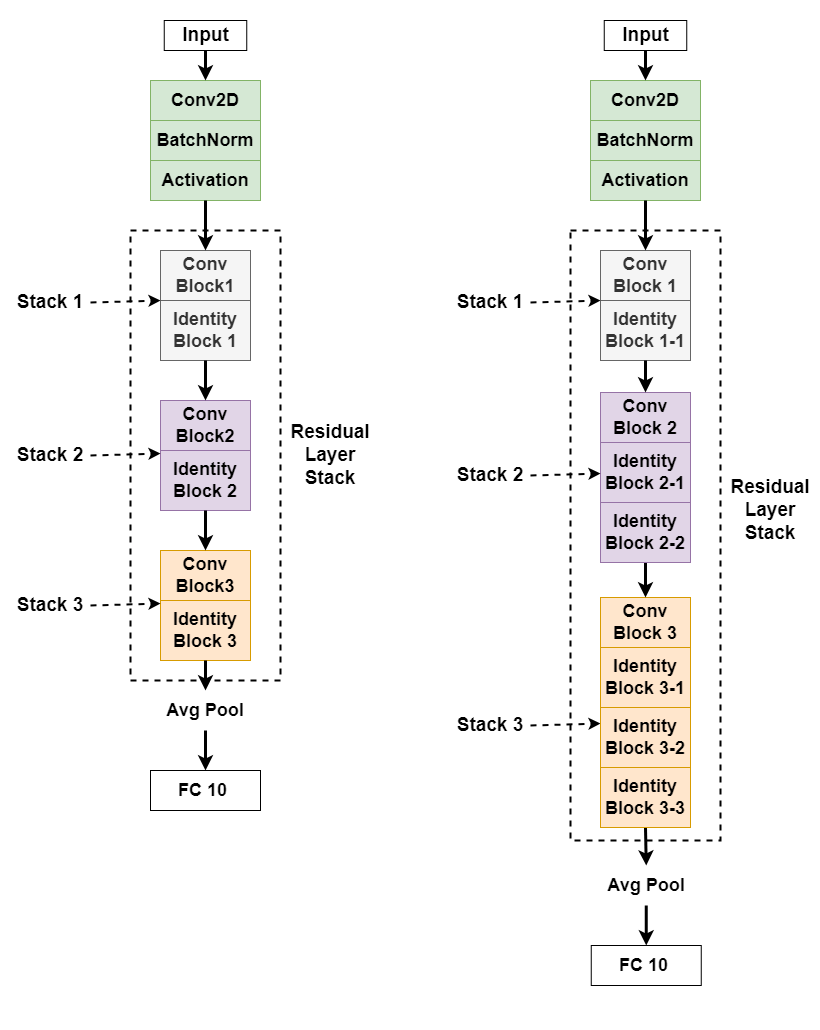
Before: residual_stack_types.png, a diagram exported from draw.io (raddyp/CascadingResnetExample). Source tidied: cells renumbered, new cells last; positions are measured from the earlier drawing's top-left corner, leaving out a move shared by most shapes. Source of this version:
```xml
<mxGraphModel>
  <root>
    <mxCell id="0" />
    <mxCell id="1" parent="0" />
    <mxCell id="2" style="rounded=0;whiteSpace=wrap;html=1;strokeColor=none;" parent="1" vertex="1">
      <mxGeometry width="820" height="1030" as="geometry" />
    </mxCell>
    <mxCell id="3" style="rounded=0;whiteSpace=wrap;html=1;fillColor=none;dashed=1;strokeWidth=2;" parent="1" vertex="1">
      <mxGeometry x="130" y="230" width="150" height="450" as="geometry" />
    </mxCell>
    <mxCell id="4" value="&lt;font style=&quot;font-size: 18px;&quot;&gt;&lt;b&gt;Conv2D&lt;/b&gt;&lt;/font&gt;" style="rounded=0;whiteSpace=wrap;html=1;fillColor=#d5e8d4;strokeColor=#82b366;" parent="1" vertex="1">
      <mxGeometry x="150" y="80" width="110" height="40" as="geometry" />
    </mxCell>
    <mxCell id="5" value="&lt;font style=&quot;font-size: 18px;&quot;&gt;&lt;b&gt;BatchNorm&lt;/b&gt;&lt;/font&gt;" style="rounded=0;whiteSpace=wrap;html=1;fillColor=#d5e8d4;strokeColor=#82b366;" parent="1" vertex="1">
      <mxGeometry x="150" y="120" width="110" height="40" as="geometry" />
    </mxCell>
    <mxCell id="6" value="&lt;font style=&quot;font-size: 18px;&quot;&gt;&lt;b&gt;Activation&lt;/b&gt;&lt;/font&gt;" style="rounded=0;whiteSpace=wrap;html=1;fillColor=#d5e8d4;strokeColor=#82b366;" parent="1" vertex="1">
      <mxGeometry x="150" y="160" width="110" height="40" as="geometry" />
    </mxCell>
    <mxCell id="7" value="&lt;font style=&quot;font-size: 19px;&quot;&gt;&lt;b&gt;Input&lt;/b&gt;&lt;/font&gt;" style="text;html=1;strokeColor=default;fillColor=none;align=center;verticalAlign=middle;whiteSpace=wrap;rounded=0;" parent="1" vertex="1">
      <mxGeometry x="163.8" y="20" width="82.5" height="30" as="geometry" />
    </mxCell>
    <mxCell id="8" value="&lt;font style=&quot;font-size: 18px;&quot;&gt;&lt;b&gt;Conv Block1&lt;/b&gt;&lt;/font&gt;" style="rounded=0;whiteSpace=wrap;html=1;fillColor=#f5f5f5;strokeColor=#666666;fontColor=#333333;" parent="1" vertex="1">
      <mxGeometry x="160" y="250" width="90" height="50" as="geometry" />
    </mxCell>
    <mxCell id="9" value="&lt;font style=&quot;font-size: 18px;&quot;&gt;&lt;b&gt;Identity Block 1&lt;/b&gt;&lt;/font&gt;" style="rounded=0;whiteSpace=wrap;html=1;fillColor=#f5f5f5;strokeColor=#666666;fontColor=#333333;" parent="1" vertex="1">
      <mxGeometry x="160" y="300" width="90" height="60" as="geometry" />
    </mxCell>
    <mxCell id="10" value="&lt;font style=&quot;font-size: 18px;&quot;&gt;&lt;b&gt;Conv Block2&lt;/b&gt;&lt;/font&gt;" style="rounded=0;whiteSpace=wrap;html=1;fillColor=#e1d5e7;strokeColor=#9673a6;" parent="1" vertex="1">
      <mxGeometry x="160" y="400" width="90" height="50" as="geometry" />
    </mxCell>
    <mxCell id="11" value="&lt;font style=&quot;font-size: 18px;&quot;&gt;&lt;b&gt;Identity Block 2&lt;/b&gt;&lt;/font&gt;" style="rounded=0;whiteSpace=wrap;html=1;fillColor=#e1d5e7;strokeColor=#9673a6;" parent="1" vertex="1">
      <mxGeometry x="160" y="450" width="90" height="60" as="geometry" />
    </mxCell>
    <mxCell id="12" value="&lt;font style=&quot;font-size: 18px;&quot;&gt;&lt;b&gt;Conv Block3&lt;/b&gt;&lt;/font&gt;" style="rounded=0;whiteSpace=wrap;html=1;fillColor=#ffe6cc;strokeColor=#d79b00;" parent="1" vertex="1">
      <mxGeometry x="160" y="550" width="90" height="50" as="geometry" />
    </mxCell>
    <mxCell id="13" value="&lt;font style=&quot;font-size: 18px;&quot;&gt;&lt;b&gt;Identity Block 3&lt;/b&gt;&lt;/font&gt;" style="rounded=0;whiteSpace=wrap;html=1;fillColor=#ffe6cc;strokeColor=#d79b00;" parent="1" vertex="1">
      <mxGeometry x="160" y="600" width="90" height="60" as="geometry" />
    </mxCell>
    <mxCell id="14" value="&lt;font style=&quot;font-size: 18px;&quot;&gt;&lt;b&gt;Avg Pool&lt;/b&gt;&lt;/font&gt;" style="rounded=0;whiteSpace=wrap;html=1;fillColor=none;strokeColor=none;" parent="1" vertex="1">
      <mxGeometry x="150" y="690" width="110" height="40" as="geometry" />
    </mxCell>
    <mxCell id="15" value="&lt;font style=&quot;font-size: 18px;&quot;&gt;&lt;b&gt;FC 10&amp;nbsp;&lt;/b&gt;&lt;/font&gt;" style="rounded=0;whiteSpace=wrap;html=1;" parent="1" vertex="1">
      <mxGeometry x="150" y="770" width="110" height="40" as="geometry" />
    </mxCell>
    <mxCell id="16" style="endArrow=classic;html=1;rounded=0;strokeWidth=3;exitX=0.5;exitY=1;exitDx=0;exitDy=0;entryX=0.5;entryY=0;entryDx=0;entryDy=0;" parent="1" edge="1" source="7" target="4">
      <mxGeometry relative="1" as="geometry" />
    </mxCell>
    <mxCell id="17" style="endArrow=classic;html=1;rounded=0;strokeWidth=3;exitX=0.5;exitY=1;exitDx=0;exitDy=0;entryX=0.5;entryY=0;entryDx=0;entryDy=0;" parent="1" edge="1" source="6" target="8">
      <mxGeometry relative="1" as="geometry" />
    </mxCell>
    <mxCell id="18" style="endArrow=classic;html=1;rounded=0;strokeWidth=3;exitX=0.5;exitY=1;exitDx=0;exitDy=0;entryX=0.5;entryY=0;entryDx=0;entryDy=0;" parent="1" edge="1" source="9" target="10">
      <mxGeometry relative="1" as="geometry" />
    </mxCell>
    <mxCell id="19" style="endArrow=classic;html=1;rounded=0;strokeWidth=3;exitX=0.5;exitY=1;exitDx=0;exitDy=0;entryX=0.5;entryY=0;entryDx=0;entryDy=0;" parent="1" edge="1" source="11" target="12">
      <mxGeometry relative="1" as="geometry" />
    </mxCell>
    <mxCell id="20" style="endArrow=classic;html=1;rounded=0;strokeWidth=3;exitX=0.5;exitY=1;exitDx=0;exitDy=0;" parent="1" edge="1" source="13">
      <mxGeometry relative="1" as="geometry">
        <mxPoint x="205" y="690" as="targetPoint" />
      </mxGeometry>
    </mxCell>
    <mxCell id="21" style="endArrow=classic;html=1;rounded=0;strokeWidth=3;entryX=0.5;entryY=0;entryDx=0;entryDy=0;exitX=0.5;exitY=1;exitDx=0;exitDy=0;" parent="1" edge="1" source="14" target="15">
      <mxGeometry relative="1" as="geometry" />
    </mxCell>
    <mxCell id="22" value="&lt;b&gt;&lt;font style=&quot;font-size: 19px;&quot;&gt;Residual Layer Stack&lt;/font&gt;&lt;/b&gt;" style="text;html=1;strokeColor=none;fillColor=none;align=center;verticalAlign=middle;whiteSpace=wrap;rounded=0;" parent="1" vertex="1">
      <mxGeometry x="290" y="410" width="80" height="90" as="geometry" />
    </mxCell>
    <mxCell id="23" value="&lt;b&gt;&lt;font style=&quot;font-size: 19px;&quot;&gt;Stack 1&lt;/font&gt;&lt;/b&gt;" style="text;html=1;strokeColor=none;fillColor=none;align=center;verticalAlign=middle;whiteSpace=wrap;rounded=0;" parent="1" vertex="1">
      <mxGeometry x="10" y="287" width="80" height="30" as="geometry" />
    </mxCell>
    <mxCell id="24" style="endArrow=classic;html=1;rounded=0;strokeWidth=2;dashed=1;entryX=0;entryY=0;entryDx=0;entryDy=0;exitX=1;exitY=0.5;exitDx=0;exitDy=0;" parent="1" edge="1" source="23">
      <mxGeometry relative="1" as="geometry">
        <mxPoint x="160" y="300" as="targetPoint" />
      </mxGeometry>
    </mxCell>
    <mxCell id="25" value="&lt;b&gt;&lt;font style=&quot;font-size: 19px;&quot;&gt;Stack 2&lt;/font&gt;&lt;/b&gt;" style="text;html=1;strokeColor=none;fillColor=none;align=center;verticalAlign=middle;whiteSpace=wrap;rounded=0;" parent="1" vertex="1">
      <mxGeometry x="10" y="440" width="80" height="30" as="geometry" />
    </mxCell>
    <mxCell id="26" style="endArrow=classic;html=1;rounded=0;strokeWidth=2;dashed=1;entryX=0;entryY=0;entryDx=0;entryDy=0;exitX=1;exitY=0.5;exitDx=0;exitDy=0;" parent="1" edge="1" source="25">
      <mxGeometry relative="1" as="geometry">
        <mxPoint x="160" y="453" as="targetPoint" />
      </mxGeometry>
    </mxCell>
    <mxCell id="27" value="&lt;b&gt;&lt;font style=&quot;font-size: 19px;&quot;&gt;Stack 3&lt;/font&gt;&lt;/b&gt;" style="text;html=1;strokeColor=none;fillColor=none;align=center;verticalAlign=middle;whiteSpace=wrap;rounded=0;" parent="1" vertex="1">
      <mxGeometry x="10" y="590" width="80" height="30" as="geometry" />
    </mxCell>
    <mxCell id="28" style="endArrow=classic;html=1;rounded=0;strokeWidth=2;dashed=1;entryX=0;entryY=0;entryDx=0;entryDy=0;exitX=1;exitY=0.5;exitDx=0;exitDy=0;" parent="1" edge="1" source="27">
      <mxGeometry relative="1" as="geometry">
        <mxPoint x="160" y="603" as="targetPoint" />
      </mxGeometry>
    </mxCell>
    <mxCell id="29" style="rounded=0;whiteSpace=wrap;html=1;fillColor=none;dashed=1;strokeWidth=2;" parent="1" vertex="1">
      <mxGeometry x="570" y="230" width="150" height="610" as="geometry" />
    </mxCell>
    <mxCell id="30" value="&lt;font style=&quot;font-size: 18px;&quot;&gt;&lt;b&gt;Conv2D&lt;/b&gt;&lt;/font&gt;" style="rounded=0;whiteSpace=wrap;html=1;fillColor=#d5e8d4;strokeColor=#82b366;" parent="1" vertex="1">
      <mxGeometry x="590" y="80" width="110" height="40" as="geometry" />
    </mxCell>
    <mxCell id="31" value="&lt;font style=&quot;font-size: 18px;&quot;&gt;&lt;b&gt;BatchNorm&lt;/b&gt;&lt;/font&gt;" style="rounded=0;whiteSpace=wrap;html=1;fillColor=#d5e8d4;strokeColor=#82b366;" parent="1" vertex="1">
      <mxGeometry x="590" y="120" width="110" height="40" as="geometry" />
    </mxCell>
    <mxCell id="32" value="&lt;font style=&quot;font-size: 18px;&quot;&gt;&lt;b&gt;Activation&lt;/b&gt;&lt;/font&gt;" style="rounded=0;whiteSpace=wrap;html=1;fillColor=#d5e8d4;strokeColor=#82b366;" parent="1" vertex="1">
      <mxGeometry x="590" y="160" width="110" height="40" as="geometry" />
    </mxCell>
    <mxCell id="33" value="&lt;font style=&quot;font-size: 19px;&quot;&gt;&lt;b&gt;Input&lt;/b&gt;&lt;/font&gt;" style="text;html=1;strokeColor=default;fillColor=none;align=center;verticalAlign=middle;whiteSpace=wrap;rounded=0;" parent="1" vertex="1">
      <mxGeometry x="603.8" y="20" width="82.5" height="30" as="geometry" />
    </mxCell>
    <mxCell id="34" value="&lt;font style=&quot;font-size: 18px;&quot;&gt;&lt;b&gt;Conv Block 1&lt;/b&gt;&lt;/font&gt;" style="rounded=0;whiteSpace=wrap;html=1;fillColor=#f5f5f5;strokeColor=#666666;fontColor=#333333;" parent="1" vertex="1">
      <mxGeometry x="600" y="250" width="90" height="50" as="geometry" />
    </mxCell>
    <mxCell id="35" value="&lt;font style=&quot;font-size: 18px;&quot;&gt;&lt;b&gt;Identity Block 1-1&lt;/b&gt;&lt;/font&gt;" style="rounded=0;whiteSpace=wrap;html=1;fillColor=#f5f5f5;strokeColor=#666666;fontColor=#333333;" parent="1" vertex="1">
      <mxGeometry x="600" y="300" width="90" height="60" as="geometry" />
    </mxCell>
    <mxCell id="36" value="&lt;font style=&quot;font-size: 18px;&quot;&gt;&lt;b&gt;Conv Block 2&lt;/b&gt;&lt;/font&gt;" style="rounded=0;whiteSpace=wrap;html=1;fillColor=#e1d5e7;strokeColor=#9673a6;" parent="1" vertex="1">
      <mxGeometry x="600" y="392" width="90" height="50" as="geometry" />
    </mxCell>
    <mxCell id="37" value="&lt;font style=&quot;font-size: 18px;&quot;&gt;&lt;b&gt;Identity Block 2-1&lt;/b&gt;&lt;/font&gt;" style="rounded=0;whiteSpace=wrap;html=1;fillColor=#e1d5e7;strokeColor=#9673a6;" parent="1" vertex="1">
      <mxGeometry x="600" y="442" width="90" height="60" as="geometry" />
    </mxCell>
    <mxCell id="38" value="&lt;font style=&quot;font-size: 18px;&quot;&gt;&lt;b&gt;Conv Block 3&lt;/b&gt;&lt;/font&gt;" style="rounded=0;whiteSpace=wrap;html=1;fillColor=#ffe6cc;strokeColor=#d79b00;" parent="1" vertex="1">
      <mxGeometry x="600" y="597" width="90" height="50" as="geometry" />
    </mxCell>
    <mxCell id="39" value="&lt;font style=&quot;font-size: 18px;&quot;&gt;&lt;b&gt;Identity Block 3-1&lt;/b&gt;&lt;/font&gt;" style="rounded=0;whiteSpace=wrap;html=1;fillColor=#ffe6cc;strokeColor=#d79b00;" parent="1" vertex="1">
      <mxGeometry x="600" y="647" width="90" height="60" as="geometry" />
    </mxCell>
    <mxCell id="40" value="&lt;font style=&quot;font-size: 18px;&quot;&gt;&lt;b&gt;Avg Pool&lt;/b&gt;&lt;/font&gt;" style="rounded=0;whiteSpace=wrap;html=1;fillColor=none;strokeColor=none;" parent="1" vertex="1">
      <mxGeometry x="590.8" y="865" width="110" height="40" as="geometry" />
    </mxCell>
    <mxCell id="41" value="&lt;font style=&quot;font-size: 18px;&quot;&gt;&lt;b&gt;FC 10&amp;nbsp;&lt;/b&gt;&lt;/font&gt;" style="rounded=0;whiteSpace=wrap;html=1;" parent="1" vertex="1">
      <mxGeometry x="590.8" y="945" width="110" height="40" as="geometry" />
    </mxCell>
    <mxCell id="42" style="endArrow=classic;html=1;rounded=0;strokeWidth=3;exitX=0.5;exitY=1;exitDx=0;exitDy=0;entryX=0.5;entryY=0;entryDx=0;entryDy=0;" parent="1" edge="1" source="33" target="30">
      <mxGeometry relative="1" as="geometry" />
    </mxCell>
    <mxCell id="43" style="endArrow=classic;html=1;rounded=0;strokeWidth=3;exitX=0.5;exitY=1;exitDx=0;exitDy=0;entryX=0.5;entryY=0;entryDx=0;entryDy=0;" parent="1" edge="1" source="32" target="34">
      <mxGeometry relative="1" as="geometry" />
    </mxCell>
    <mxCell id="44" style="endArrow=classic;html=1;rounded=0;strokeWidth=3;exitX=0.5;exitY=1;exitDx=0;exitDy=0;entryX=0.5;entryY=0;entryDx=0;entryDy=0;" parent="1" edge="1" source="35" target="36">
      <mxGeometry relative="1" as="geometry" />
    </mxCell>
    <mxCell id="45" style="endArrow=classic;html=1;rounded=0;strokeWidth=3;exitX=0.5;exitY=1;exitDx=0;exitDy=0;entryX=0.5;entryY=0;entryDx=0;entryDy=0;" parent="1" edge="1" source="55" target="38">
      <mxGeometry relative="1" as="geometry" />
    </mxCell>
    <mxCell id="46" style="endArrow=classic;html=1;rounded=0;strokeWidth=3;exitX=0.5;exitY=1;exitDx=0;exitDy=0;entryX=0.5;entryY=0;entryDx=0;entryDy=0;" parent="1" edge="1" source="57" target="40">
      <mxGeometry relative="1" as="geometry" />
    </mxCell>
    <mxCell id="47" style="endArrow=classic;html=1;rounded=0;strokeWidth=3;entryX=0.5;entryY=0;entryDx=0;entryDy=0;exitX=0.5;exitY=1;exitDx=0;exitDy=0;" parent="1" edge="1" source="40" target="41">
      <mxGeometry relative="1" as="geometry" />
    </mxCell>
    <mxCell id="48" value="&lt;b&gt;&lt;font style=&quot;font-size: 19px;&quot;&gt;Residual Layer Stack&lt;/font&gt;&lt;/b&gt;" style="text;html=1;strokeColor=none;fillColor=none;align=center;verticalAlign=middle;whiteSpace=wrap;rounded=0;" parent="1" vertex="1">
      <mxGeometry x="730" y="465" width="80" height="90" as="geometry" />
    </mxCell>
    <mxCell id="49" value="&lt;b&gt;&lt;font style=&quot;font-size: 19px;&quot;&gt;Stack 1&lt;/font&gt;&lt;/b&gt;" style="text;html=1;strokeColor=none;fillColor=none;align=center;verticalAlign=middle;whiteSpace=wrap;rounded=0;" parent="1" vertex="1">
      <mxGeometry x="450" y="287" width="80" height="30" as="geometry" />
    </mxCell>
    <mxCell id="50" style="endArrow=classic;html=1;rounded=0;strokeWidth=2;dashed=1;entryX=0;entryY=0;entryDx=0;entryDy=0;exitX=1;exitY=0.5;exitDx=0;exitDy=0;" parent="1" edge="1" source="49">
      <mxGeometry relative="1" as="geometry">
        <mxPoint x="600" y="300" as="targetPoint" />
      </mxGeometry>
    </mxCell>
    <mxCell id="51" value="&lt;b&gt;&lt;font style=&quot;font-size: 19px;&quot;&gt;Stack 2&lt;/font&gt;&lt;/b&gt;" style="text;html=1;strokeColor=none;fillColor=none;align=center;verticalAlign=middle;whiteSpace=wrap;rounded=0;" parent="1" vertex="1">
      <mxGeometry x="450" y="460" width="80" height="30" as="geometry" />
    </mxCell>
    <mxCell id="52" style="endArrow=classic;html=1;rounded=0;strokeWidth=2;dashed=1;entryX=0;entryY=0;entryDx=0;entryDy=0;exitX=1;exitY=0.5;exitDx=0;exitDy=0;" parent="1" edge="1" source="51">
      <mxGeometry relative="1" as="geometry">
        <mxPoint x="600" y="473" as="targetPoint" />
      </mxGeometry>
    </mxCell>
    <mxCell id="53" value="&lt;b&gt;&lt;font style=&quot;font-size: 19px;&quot;&gt;Stack 3&lt;/font&gt;&lt;/b&gt;" style="text;html=1;strokeColor=none;fillColor=none;align=center;verticalAlign=middle;whiteSpace=wrap;rounded=0;" parent="1" vertex="1">
      <mxGeometry x="450" y="710" width="80" height="30" as="geometry" />
    </mxCell>
    <mxCell id="54" style="endArrow=classic;html=1;rounded=0;strokeWidth=2;dashed=1;entryX=0;entryY=0;entryDx=0;entryDy=0;exitX=1;exitY=0.5;exitDx=0;exitDy=0;" parent="1" edge="1" source="53">
      <mxGeometry relative="1" as="geometry">
        <mxPoint x="600" y="723" as="targetPoint" />
      </mxGeometry>
    </mxCell>
    <mxCell id="55" value="&lt;font style=&quot;font-size: 18px;&quot;&gt;&lt;b&gt;Identity Block 2-2&lt;/b&gt;&lt;/font&gt;" style="rounded=0;whiteSpace=wrap;html=1;fillColor=#e1d5e7;strokeColor=#9673a6;" parent="1" vertex="1">
      <mxGeometry x="600" y="502" width="90" height="60" as="geometry" />
    </mxCell>
    <mxCell id="56" value="&lt;font style=&quot;font-size: 18px;&quot;&gt;&lt;b&gt;Identity Block 3-2&lt;/b&gt;&lt;/font&gt;" style="rounded=0;whiteSpace=wrap;html=1;fillColor=#ffe6cc;strokeColor=#d79b00;" parent="1" vertex="1">
      <mxGeometry x="600" y="707" width="90" height="60" as="geometry" />
    </mxCell>
    <mxCell id="57" value="&lt;font style=&quot;font-size: 18px;&quot;&gt;&lt;b&gt;Identity Block 3-3&lt;/b&gt;&lt;/font&gt;" style="rounded=0;whiteSpace=wrap;html=1;fillColor=#ffe6cc;strokeColor=#d79b00;" parent="1" vertex="1">
      <mxGeometry x="600" y="767" width="90" height="60" as="geometry" />
    </mxCell>
  </root>
</mxGraphModel>
```
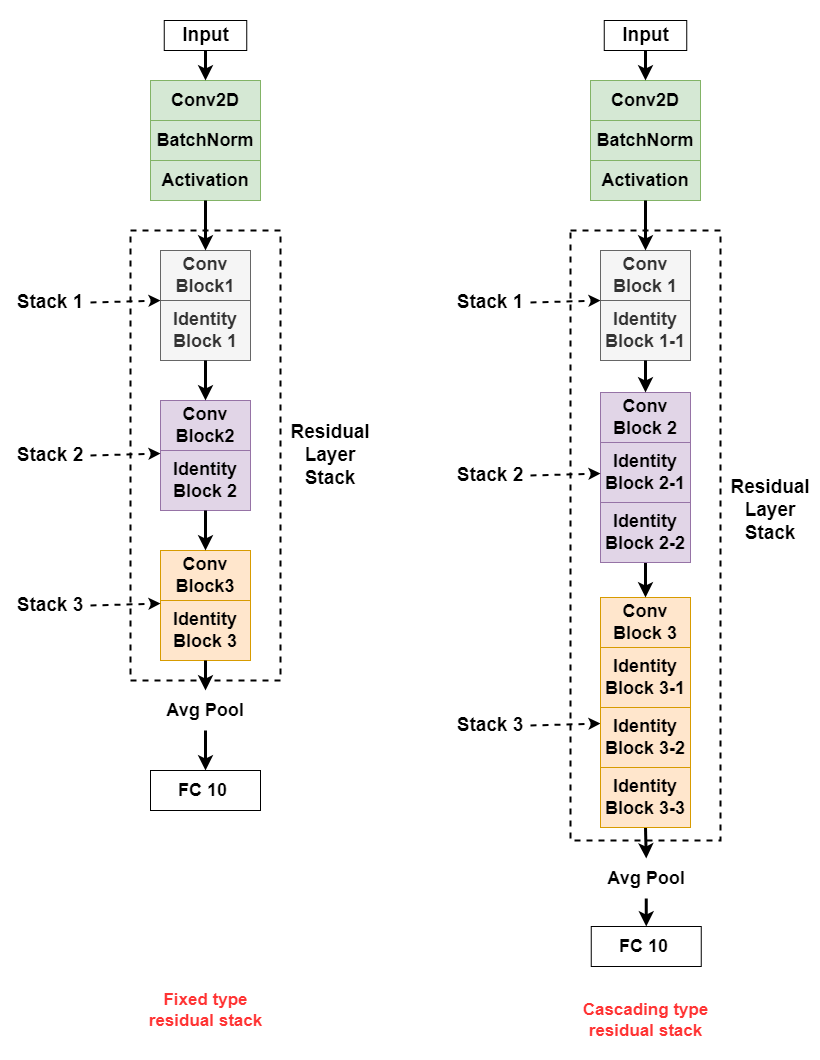
After the change.

Commit message:
figure for resnet explanation

What changed in the source:
```diff
@@ -3,7 +3,7 @@
     <mxCell id="0" />
     <mxCell id="1" parent="0" />
     <mxCell id="2" style="rounded=0;whiteSpace=wrap;html=1;strokeColor=none;" parent="1" vertex="1">
-      <mxGeometry width="820" height="1030" as="geometry" />
+      <mxGeometry width="820" height="1060" as="geometry" />
     </mxCell>
     <mxCell id="3" style="rounded=0;whiteSpace=wrap;html=1;fillColor=none;dashed=1;strokeWidth=2;" parent="1" vertex="1">
       <mxGeometry x="130" y="230" width="150" height="450" as="geometry" />
@@ -125,10 +125,10 @@
       <mxGeometry x="600" y="647" width="90" height="60" as="geometry" />
     </mxCell>
     <mxCell id="40" value="&lt;font style=&quot;font-size: 18px;&quot;&gt;&lt;b&gt;Avg Pool&lt;/b&gt;&lt;/font&gt;" style="rounded=0;whiteSpace=wrap;html=1;fillColor=none;strokeColor=none;" parent="1" vertex="1">
-      <mxGeometry x="590.8" y="865" width="110" height="40" as="geometry" />
+      <mxGeometry x="590.8" y="858" width="110" height="40" as="geometry" />
     </mxCell>
     <mxCell id="41" value="&lt;font style=&quot;font-size: 18px;&quot;&gt;&lt;b&gt;FC 10&amp;nbsp;&lt;/b&gt;&lt;/font&gt;" style="rounded=0;whiteSpace=wrap;html=1;" parent="1" vertex="1">
-      <mxGeometry x="590.8" y="945" width="110" height="40" as="geometry" />
+      <mxGeometry x="590.8" y="926" width="110" height="40" as="geometry" />
     </mxCell>
     <mxCell id="42" style="endArrow=classic;html=1;rounded=0;strokeWidth=3;exitX=0.5;exitY=1;exitDx=0;exitDy=0;entryX=0.5;entryY=0;entryDx=0;entryDy=0;" parent="1" edge="1" source="33" target="30">
       <mxGeometry relative="1" as="geometry" />
@@ -184,5 +184,11 @@
     <mxCell id="57" value="&lt;font style=&quot;font-size: 18px;&quot;&gt;&lt;b&gt;Identity Block 3-3&lt;/b&gt;&lt;/font&gt;" style="rounded=0;whiteSpace=wrap;html=1;fillColor=#ffe6cc;strokeColor=#d79b00;" parent="1" vertex="1">
       <mxGeometry x="600" y="767" width="90" height="60" as="geometry" />
     </mxCell>
+    <mxCell id="58" value="&lt;b&gt;&lt;font color=&quot;#ff3333&quot; style=&quot;font-size: 17px;&quot;&gt;Fixed type residual stack&lt;/font&gt;&lt;/b&gt;" style="text;html=1;strokeColor=none;fillColor=none;align=center;verticalAlign=middle;whiteSpace=wrap;rounded=0;" parent="1" vertex="1">
+      <mxGeometry x="127.5" y="980" width="155" height="60" as="geometry" />
+    </mxCell>
+    <mxCell id="59" value="&lt;b&gt;&lt;font color=&quot;#ff3333&quot; style=&quot;font-size: 17px;&quot;&gt;Cascading type residual stack&lt;/font&gt;&lt;/b&gt;" style="text;html=1;strokeColor=none;fillColor=none;align=center;verticalAlign=middle;whiteSpace=wrap;rounded=0;" parent="1" vertex="1">
+      <mxGeometry x="567.5" y="990" width="155" height="60" as="geometry" />
+    </mxCell>
   </root>
 </mxGraphModel>
```
